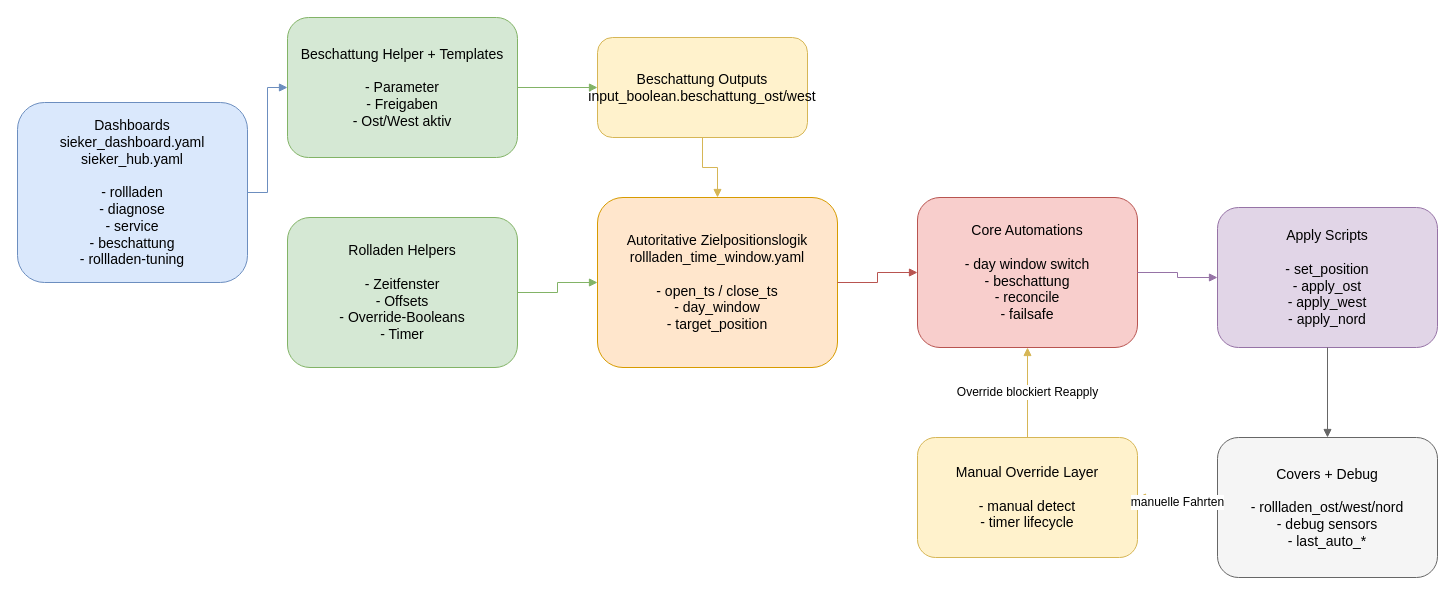
Before: page "Gesamtuebersicht" (1 of 3) of _ha_dokumentation/shutter/shutter_app_flows.drawio in treviris53/Codex, a draw.io diagram. Source tidied: cells renumbered, new cells numbered last; positions are measured from the earlier drawing's top-left corner, leaving out a move shared by most shapes. Both pictures are drawn from the tidied source at 100%, with x=0, y=0 at pixel (17, 17).
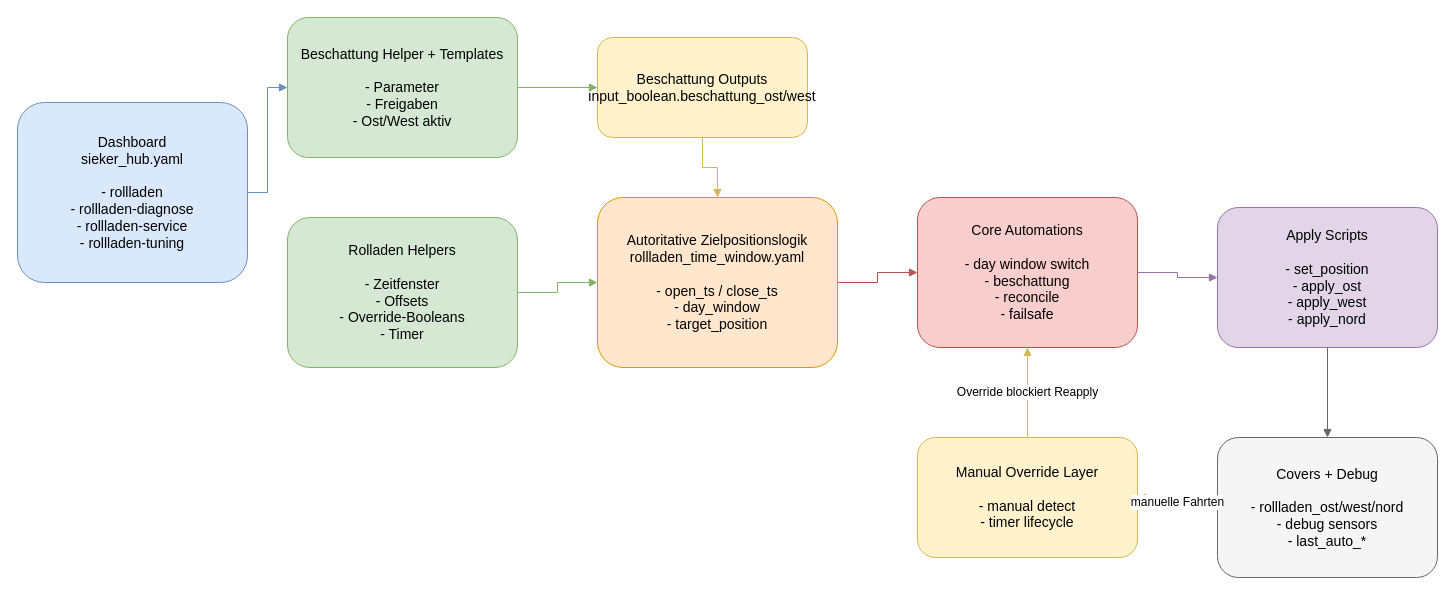
Above is the later version.

Commit message (it also covers changes not shown here):
Update sieker_hub: add wohnen module

The edit, as a diff of the source:
```diff
@@
 <mxGraphModel>
   <root>
     <mxCell id="0" />
     <mxCell id="1" parent="0" />
-    <mxCell id="2" value="Dashboards&#10;sieker_dashboard.yaml&#10;sieker_hub.yaml&#10;&#10;- rollladen&#10;- diagnose&#10;- service&#10;- beschattung&#10;- rollladen-tuning" style="rounded=1;whiteSpace=wrap;html=1;fillColor=#dae8fc;strokeColor=#6c8ebf;fontSize=14;" parent="1" vertex="1">
+    <mxCell id="2" value="Dashboard&#10;sieker_hub.yaml&#10;&#10;- rollladen&#10;- rollladen-diagnose&#10;- rollladen-service&#10;- rollladen-tuning" style="rounded=1;whiteSpace=wrap;html=1;fillColor=#dae8fc;strokeColor=#6c8ebf;fontSize=14;" parent="1" vertex="1">
       <mxGeometry y="85" width="230" height="180" as="geometry" />
     </mxCell>
     <mxCell id="3" value="Beschattung Helper + Templates&#10;&#10;- Parameter&#10;- Freigaben&#10;- Ost/West aktiv" style="rounded=1;whiteSpace=wrap;html=1;fillColor=#d5e8d4;strokeColor=#82b366;fontSize=14;" parent="1" vertex="1">
       <mxGeometry x="270" width="230" height="140" as="geometry" />
     </mxCell>
     <mxCell id="4" value="Beschattung Outputs&#10;input_boolean.beschattung_ost/west" style="rounded=1;whiteSpace=wrap;html=1;fillColor=#fff2cc;strokeColor=#d6b656;fontSize=14;" parent="1" vertex="1">
       <mxGeometry x="580" y="20" width="210" height="100" as="geometry" />
     </mxCell>
     <mxCell id="5" value="Rolladen Helpers&#10;&#10;- Zeitfenster&#10;- Offsets&#10;- Override-Booleans&#10;- Timer" style="rounded=1;whiteSpace=wrap;html=1;fillColor=#d5e8d4;strokeColor=#82b366;fontSize=14;" parent="1" vertex="1">
       <mxGeometry x="270" y="200" width="230" height="150" as="geometry" />
     </mxCell>
     <mxCell id="6" value="Autoritative Zielpositionslogik&#10;rollladen_time_window.yaml&#10;&#10;- open_ts / close_ts&#10;- day_window&#10;- target_position" style="rounded=1;whiteSpace=wrap;html=1;fillColor=#ffe6cc;strokeColor=#d79b00;fontSize=14;" parent="1" vertex="1">
       <mxGeometry x="580" y="180" width="240" height="170" as="geometry" />
     </mxCell>
     <mxCell id="7" value="Core Automations&#10;&#10;- day window switch&#10;- beschattung&#10;- reconcile&#10;- failsafe" style="rounded=1;whiteSpace=wrap;html=1;fillColor=#f8cecc;strokeColor=#b85450;fontSize=14;" parent="1" vertex="1">
       <mxGeometry x="900" y="180" width="220" height="150" as="geometry" />
     </mxCell>
     <mxCell id="8" value="Apply Scripts&#10;&#10;- set_position&#10;- apply_ost&#10;- apply_west&#10;- apply_nord" style="rounded=1;whiteSpace=wrap;html=1;fillColor=#e1d5e7;strokeColor=#9673a6;fontSize=14;" parent="1" vertex="1">
       <mxGeometry x="1200" y="190" width="220" height="140" as="geometry" />
     </mxCell>
     <mxCell id="9" value="Covers + Debug&#10;&#10;- rollladen_ost/west/nord&#10;- debug sensors&#10;- last_auto_*" style="rounded=1;whiteSpace=wrap;html=1;fillColor=#f5f5f5;strokeColor=#666666;fontSize=14;" parent="1" vertex="1">
       <mxGeometry x="1200" y="420" width="220" height="140" as="geometry" />
     </mxCell>
     <mxCell id="10" value="Manual Override Layer&#10;&#10;- manual detect&#10;- timer lifecycle" style="rounded=1;whiteSpace=wrap;html=1;fillColor=#fff2cc;strokeColor=#d6b656;fontSize=14;" parent="1" vertex="1">
       <mxGeometry x="900" y="420" width="220" height="120" as="geometry" />
     </mxCell>
     <mxCell id="11" style="edgeStyle=orthogonalEdgeStyle;rounded=0;html=1;endArrow=block;strokeColor=#6c8ebf;" parent="1" edge="1" source="2" target="3">
       <mxGeometry relative="1" as="geometry" />
     </mxCell>
     <mxCell id="12" style="edgeStyle=orthogonalEdgeStyle;rounded=0;html=1;endArrow=block;strokeColor=#82b366;" parent="1" edge="1" source="3" target="4">
       <mxGeometry relative="1" as="geometry" />
     </mxCell>
     <mxCell id="13" style="edgeStyle=orthogonalEdgeStyle;rounded=0;html=1;endArrow=block;strokeColor=#82b366;" parent="1" edge="1" source="5" target="6">
       <mxGeometry relative="1" as="geometry" />
     </mxCell>
     <mxCell id="14" style="edgeStyle=orthogonalEdgeStyle;rounded=0;html=1;endArrow=block;strokeColor=#d6b656;" parent="1" edge="1" source="4" target="6">
       <mxGeometry relative="1" as="geometry" />
     </mxCell>
     <mxCell id="15" style="edgeStyle=orthogonalEdgeStyle;rounded=0;html=1;endArrow=block;strokeColor=#b85450;" parent="1" edge="1" source="6" target="7">
       <mxGeometry relative="1" as="geometry" />
     </mxCell>
     <mxCell id="16" style="edgeStyle=orthogonalEdgeStyle;rounded=0;html=1;endArrow=block;strokeColor=#9673a6;" parent="1" edge="1" source="7" target="8">
       <mxGeometry relative="1" as="geometry" />
     </mxCell>
     <mxCell id="17" style="edgeStyle=orthogonalEdgeStyle;rounded=0;html=1;endArrow=block;strokeColor=#666666;" parent="1" edge="1" source="8" target="9">
       <mxGeometry relative="1" as="geometry" />
     </mxCell>
     <mxCell id="18" value="manuelle Fahrten" style="edgeStyle=orthogonalEdgeStyle;rounded=0;html=1;endArrow=block;strokeColor=#d6b656;fontSize=12;" parent="1" edge="1" source="9" target="10">
       <mxGeometry relative="1" as="geometry" />
     </mxCell>
     <mxCell id="19" value="Override blockiert Reapply" style="edgeStyle=orthogonalEdgeStyle;rounded=0;html=1;endArrow=block;strokeColor=#d6b656;fontSize=12;" parent="1" edge="1" source="10" target="7">
       <mxGeometry relative="1" as="geometry" />
     </mxCell>
   </root>
 </mxGraphModel>
```
